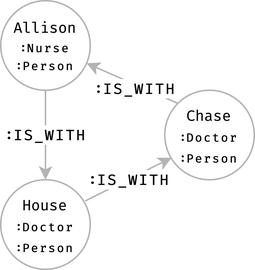
Earlier version of the draw.io export examples/hospital/images/is-with.png (Emanuele-Falzone-PhD-Thesis/seraph-example). Source tidied: cells renumbered, new cells last; positions are measured from the earlier drawing's top-left corner, leaving out a move shared by most shapes.
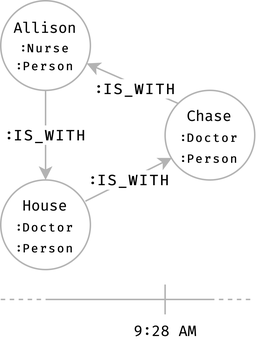
Later version of the same file.

What changed in the source:
```diff
@@ -30,5 +30,32 @@
     <mxCell id="9" value="&lt;span style=&quot;font-family: &amp;#34;fira code&amp;#34; ; font-size: 10px&quot;&gt;Chase&lt;/span&gt;&lt;br style=&quot;font-family: &amp;#34;fira code&amp;#34; ; font-size: 10px&quot;&gt;&lt;font style=&quot;font-family: &amp;#34;fira code&amp;#34; ; font-size: 8px&quot;&gt;&lt;b&gt;:Doctor&lt;br&gt;:Person&lt;/b&gt;&lt;/font&gt;&lt;font face=&quot;Fira Code&quot;&gt;&lt;br&gt;&lt;/font&gt;" style="ellipse;whiteSpace=wrap;html=1;strokeWidth=1;strokeColor=#B3B3B3;" parent="1" vertex="1">
       <mxGeometry x="110" y="60" width="60" height="60" as="geometry" />
     </mxCell>
+    <mxCell id="10" style="endArrow=none;html=1;strokeColor=#B3B3B3;fontFamily=Fira Code;fontSource=https%3A%2F%2Ffonts.googleapis.com%2Fcss%3Ffamily%3DFira%2BCode;fontSize=10;endFill=0;" parent="1" edge="1">
+      <mxGeometry relative="1" as="geometry">
+        <mxPoint x="30" y="200" as="sourcePoint" />
+        <mxPoint x="140" y="200" as="targetPoint" />
+      </mxGeometry>
+    </mxCell>
+    <mxCell id="11" style="endArrow=none;dashed=1;html=1;strokeColor=#B3B3B3;fontFamily=Fira Code;fontSource=https%3A%2F%2Ffonts.googleapis.com%2Fcss%3Ffamily%3DFira%2BCode;fontSize=10;" parent="1" edge="1">
+      <mxGeometry relative="1" as="geometry">
+        <mxPoint x="140" y="200" as="sourcePoint" />
+        <mxPoint x="170" y="200" as="targetPoint" />
+      </mxGeometry>
+    </mxCell>
+    <mxCell id="12" style="endArrow=none;dashed=1;html=1;strokeColor=#B3B3B3;fontFamily=Fira Code;fontSource=https%3A%2F%2Ffonts.googleapis.com%2Fcss%3Ffamily%3DFira%2BCode;fontSize=10;" parent="1" edge="1">
+      <mxGeometry relative="1" as="geometry">
+        <mxPoint y="200" as="sourcePoint" />
+        <mxPoint x="30" y="200" as="targetPoint" />
+      </mxGeometry>
+    </mxCell>
+    <mxCell id="13" style="endArrow=none;html=1;strokeColor=#B3B3B3;" parent="1" edge="1">
+      <mxGeometry relative="1" as="geometry">
+        <mxPoint x="110" y="210" as="sourcePoint" />
+        <mxPoint x="110" y="190" as="targetPoint" />
+      </mxGeometry>
+    </mxCell>
+    <mxCell id="14" value="&lt;font face=&quot;Fira Code&quot; style=&quot;font-size: 10px&quot;&gt;9:28 AM&lt;/font&gt;" style="text;html=1;align=center;verticalAlign=middle;spacing=0;" parent="1" vertex="1">
+      <mxGeometry x="80" y="210" width="60" height="20" as="geometry" />
+    </mxCell>
   </root>
 </mxGraphModel>
```
